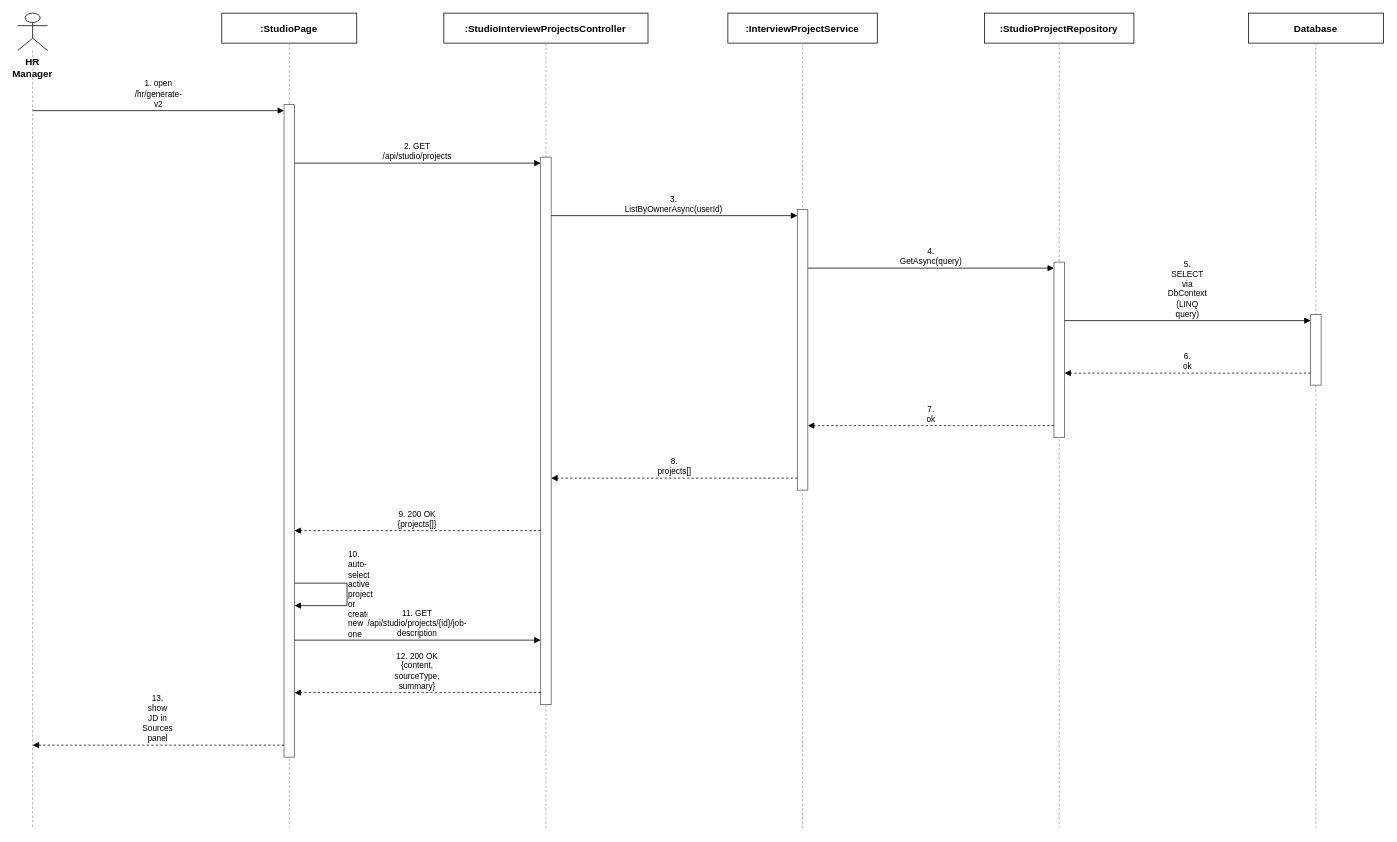
Earlier version of the draw.io diagram docs/qa/Nam_SequenceDiagram/Report4_SequenceDiagram_JobDescriptionManagement_ListViewJD.drawio (tulklk/AI_Interview_Question_Generation_RAG_LLM_FE). Source tidied: cells renumbered, new cells numbered last; positions are measured from the earlier drawing's top-left corner, leaving out a move shared by most shapes. Both pictures are drawn from the tidied source at 75%, with x=0, y=0 at pixel (17, 13).
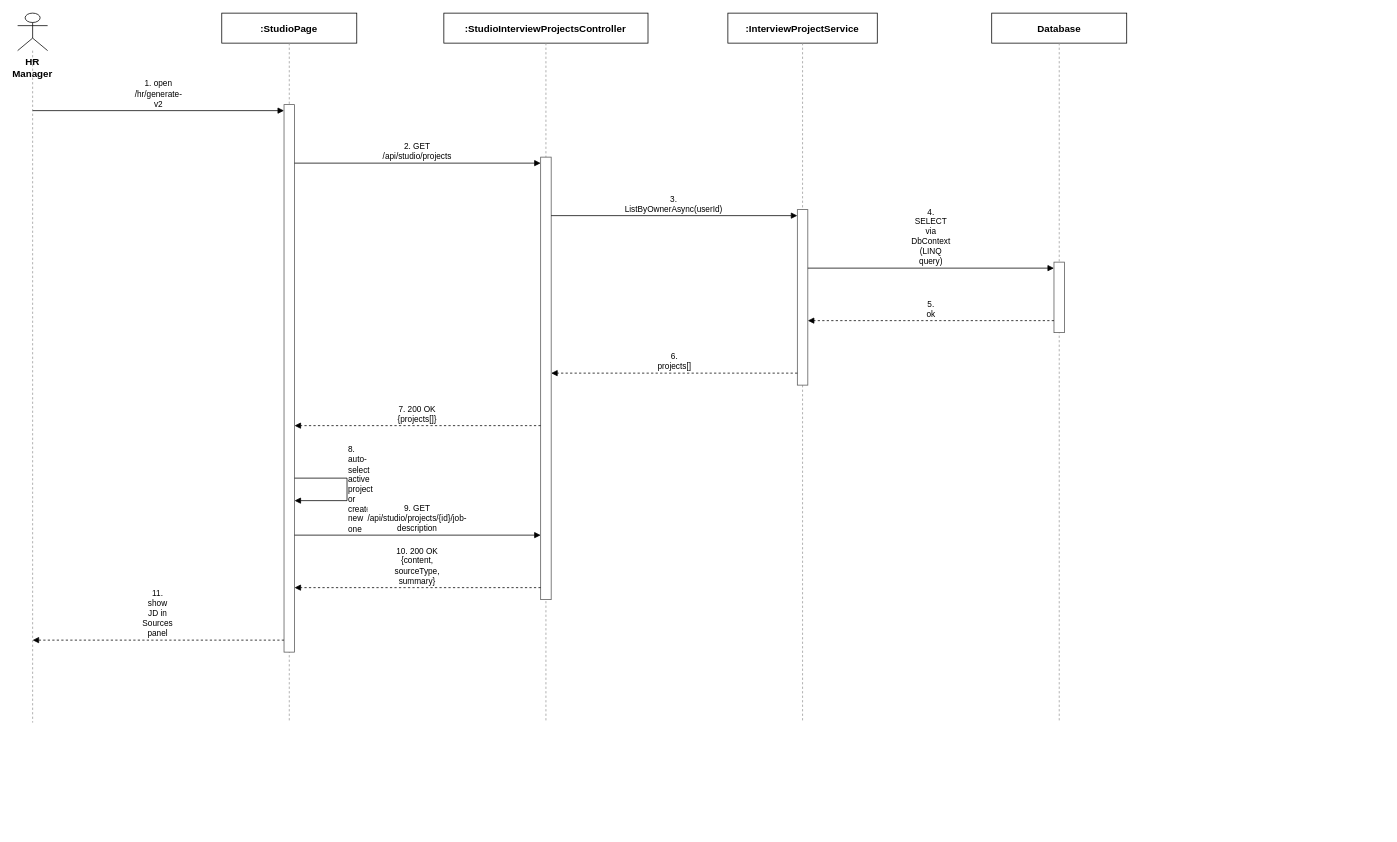
The same page after the edit.

The edit, as a diff of the source:
```diff
@@
     <mxCell id="3" style="endArrow=none;dashed=1;html=1;strokeColor=#999999;" parent="1" edge="1">
       <mxGeometry relative="1" as="geometry">
         <mxPoint x="20" y="50" as="sourcePoint" />
-        <mxPoint x="20" y="1086" as="targetPoint" />
+        <mxPoint x="20" y="946" as="targetPoint" />
       </mxGeometry>
     </mxCell>
@@
     <mxCell id="5" style="endArrow=none;dashed=1;html=1;strokeColor=#999999;" parent="1" edge="1">
       <mxGeometry relative="1" as="geometry">
         <mxPoint x="362.2" y="40" as="sourcePoint" />
-        <mxPoint x="362.2" y="1086" as="targetPoint" />
+        <mxPoint x="362.2" y="946" as="targetPoint" />
       </mxGeometry>
     </mxCell>
@@
     <mxCell id="7" style="endArrow=none;dashed=1;html=1;strokeColor=#999999;" parent="1" edge="1">
       <mxGeometry relative="1" as="geometry">
         <mxPoint x="704.4" y="40" as="sourcePoint" />
-        <mxPoint x="704.4" y="1086" as="targetPoint" />
+        <mxPoint x="704.4" y="946" as="targetPoint" />
       </mxGeometry>
     </mxCell>
@@
     <mxCell id="9" style="endArrow=none;dashed=1;html=1;strokeColor=#999999;" parent="1" edge="1">
       <mxGeometry relative="1" as="geometry">
         <mxPoint x="1046.6" y="40" as="sourcePoint" />
-        <mxPoint x="1046.6" y="1086" as="targetPoint" />
+        <mxPoint x="1046.6" y="946" as="targetPoint" />
       </mxGeometry>
     </mxCell>
-    <mxCell id="10" value=":StudioProjectRepository" style="rounded=0;whiteSpace=wrap;html=1;fontSize=13;fillColor=#ffffff;strokeColor=#000000;fontStyle=1;" parent="1" vertex="1">
-      <mxGeometry x="1289.2" width="199.2" height="40" as="geometry" />
+    <mxCell id="10" value="Database" style="rounded=0;whiteSpace=wrap;html=1;fontSize=13;fillColor=#ffffff;strokeColor=#000000;fontStyle=1;" parent="1" vertex="1">
+      <mxGeometry x="1298.8" width="180" height="40" as="geometry" />
     </mxCell>
     <mxCell id="11" style="endArrow=none;dashed=1;html=1;strokeColor=#999999;" parent="1" edge="1">
       <mxGeometry relative="1" as="geometry">
         <mxPoint x="1388.8" y="40" as="sourcePoint" />
-        <mxPoint x="1388.8" y="1086" as="targetPoint" />
+        <mxPoint x="1388.8" y="946" as="targetPoint" />
       </mxGeometry>
     </mxCell>
-    <mxCell id="12" value="Database" style="rounded=0;whiteSpace=wrap;html=1;fontSize=13;fillColor=#ffffff;strokeColor=#000000;fontStyle=1;" parent="1" vertex="1">
-      <mxGeometry x="1641" width="180" height="40" as="geometry" />
+    <mxCell id="12" style="rounded=0;whiteSpace=wrap;html=1;fillColor=#ffffff;strokeColor=#555555;" parent="1" vertex="1">
+      <mxGeometry x="355.2" y="122" width="14" height="730" as="geometry" />
     </mxCell>
-    <mxCell id="13" style="endArrow=none;dashed=1;html=1;strokeColor=#999999;" parent="1" edge="1">
-      <mxGeometry relative="1" as="geometry">
-        <mxPoint x="1731" y="40" as="sourcePoint" />
-        <mxPoint x="1731" y="1086" as="targetPoint" />
-      </mxGeometry>
+    <mxCell id="13" style="rounded=0;whiteSpace=wrap;html=1;fillColor=#ffffff;strokeColor=#555555;" parent="1" vertex="1">
+      <mxGeometry x="697.4" y="192" width="14" height="590" as="geometry" />
     </mxCell>
     <mxCell id="14" style="rounded=0;whiteSpace=wrap;html=1;fillColor=#ffffff;strokeColor=#555555;" parent="1" vertex="1">
-      <mxGeometry x="355.2" y="122" width="14" height="870" as="geometry" />
+      <mxGeometry x="1039.6" y="262" width="14" height="234" as="geometry" />
     </mxCell>
     <mxCell id="15" style="rounded=0;whiteSpace=wrap;html=1;fillColor=#ffffff;strokeColor=#555555;" parent="1" vertex="1">
-      <mxGeometry x="697.4" y="192" width="14" height="730" as="geometry" />
+      <mxGeometry x="1381.8" y="332" width="14" height="94" as="geometry" />
     </mxCell>
-    <mxCell id="16" style="rounded=0;whiteSpace=wrap;html=1;fillColor=#ffffff;strokeColor=#555555;" parent="1" vertex="1">
-      <mxGeometry x="1039.6" y="262" width="14" height="374" as="geometry" />
+    <mxCell id="16" value="1. open /hr/generate-v2" style="endArrow=block;endFill=1;html=1;whiteSpace=wrap;fontSize=11;align=center;verticalAlign=bottom;labelBackgroundColor=#ffffff;strokeColor=#000000;" parent="1" edge="1">
+      <mxGeometry relative="1" as="geometry">
+        <mxPoint x="20" y="130" as="sourcePoint" />
+        <mxPoint x="355.2" y="130" as="targetPoint" />
+      </mxGeometry>
     </mxCell>
-    <mxCell id="17" style="rounded=0;whiteSpace=wrap;html=1;fillColor=#ffffff;strokeColor=#555555;" parent="1" vertex="1">
-      <mxGeometry x="1381.8" y="332" width="14" height="234" as="geometry" />
+    <mxCell id="17" value="2. GET /api/studio/projects" style="endArrow=block;endFill=1;html=1;whiteSpace=wrap;fontSize=11;align=center;verticalAlign=bottom;labelBackgroundColor=#ffffff;strokeColor=#000000;" parent="1" edge="1">
+      <mxGeometry relative="1" as="geometry">
+        <mxPoint x="369.2" y="200" as="sourcePoint" />
+        <mxPoint x="697.4" y="200" as="targetPoint" />
+      </mxGeometry>
     </mxCell>
-    <mxCell id="18" style="rounded=0;whiteSpace=wrap;html=1;fillColor=#ffffff;strokeColor=#555555;" parent="1" vertex="1">
-      <mxGeometry x="1724" y="402" width="14" height="94" as="geometry" />
+    <mxCell id="18" value="3. ListByOwnerAsync(userId)" style="endArrow=block;endFill=1;html=1;whiteSpace=wrap;fontSize=11;align=center;verticalAlign=bottom;labelBackgroundColor=#ffffff;strokeColor=#000000;" parent="1" edge="1">
+      <mxGeometry relative="1" as="geometry">
+        <mxPoint x="711.4" y="270" as="sourcePoint" />
+        <mxPoint x="1039.6" y="270" as="targetPoint" />
+      </mxGeometry>
     </mxCell>
-    <mxCell id="19" value="1. open /hr/generate-v2" style="endArrow=block;endFill=1;html=1;whiteSpace=wrap;fontSize=11;align=center;verticalAlign=bottom;labelBackgroundColor=#ffffff;strokeColor=#000000;" parent="1" edge="1">
+    <mxCell id="19" value="4. SELECT via DbContext (LINQ query)" style="endArrow=block;endFill=1;html=1;whiteSpace=wrap;fontSize=11;align=center;verticalAlign=bottom;labelBackgroundColor=#ffffff;strokeColor=#000000;" parent="1" edge="1">
       <mxGeometry relative="1" as="geometry">
-        <mxPoint x="20" y="130" as="sourcePoint" />
-        <mxPoint x="355.2" y="130" as="targetPoint" />
+        <mxPoint x="1053.6" y="340" as="sourcePoint" />
+        <mxPoint x="1381.8" y="340" as="targetPoint" />
       </mxGeometry>
     </mxCell>
-    <mxCell id="20" value="2. GET /api/studio/projects" style="endArrow=block;endFill=1;html=1;whiteSpace=wrap;fontSize=11;align=center;verticalAlign=bottom;labelBackgroundColor=#ffffff;strokeColor=#000000;" parent="1" edge="1">
+    <mxCell id="20" value="5. ok" style="endArrow=block;endFill=1;html=1;whiteSpace=wrap;dashed=1;fontSize=11;align=center;verticalAlign=bottom;labelBackgroundColor=#ffffff;strokeColor=#000000;" parent="1" edge="1">
       <mxGeometry relative="1" as="geometry">
-        <mxPoint x="369.2" y="200" as="sourcePoint" />
-        <mxPoint x="697.4" y="200" as="targetPoint" />
+        <mxPoint x="1381.8" y="410" as="sourcePoint" />
+        <mxPoint x="1053.6" y="410" as="targetPoint" />
       </mxGeometry>
     </mxCell>
-    <mxCell id="21" value="3. ListByOwnerAsync(userId)" style="endArrow=block;endFill=1;html=1;whiteSpace=wrap;fontSize=11;align=center;verticalAlign=bottom;labelBackgroundColor=#ffffff;strokeColor=#000000;" parent="1" edge="1">
+    <mxCell id="21" value="6. projects[]" style="endArrow=block;endFill=1;html=1;whiteSpace=wrap;dashed=1;fontSize=11;align=center;verticalAlign=bottom;labelBackgroundColor=#ffffff;strokeColor=#000000;" parent="1" edge="1">
       <mxGeometry relative="1" as="geometry">
-        <mxPoint x="711.4" y="270" as="sourcePoint" />
-        <mxPoint x="1039.6" y="270" as="targetPoint" />
+        <mxPoint x="1039.6" y="480" as="sourcePoint" />
+        <mxPoint x="711.4" y="480" as="targetPoint" />
       </mxGeometry>
     </mxCell>
-    <mxCell id="22" value="4. GetAsync(query)" style="endArrow=block;endFill=1;html=1;whiteSpace=wrap;fontSize=11;align=center;verticalAlign=bottom;labelBackgroundColor=#ffffff;strokeColor=#000000;" parent="1" edge="1">
+    <mxCell id="22" value="7. 200 OK {projects[]}" style="endArrow=block;endFill=1;html=1;whiteSpace=wrap;dashed=1;fontSize=11;align=center;verticalAlign=bottom;labelBackgroundColor=#ffffff;strokeColor=#000000;" parent="1" edge="1">
       <mxGeometry relative="1" as="geometry">
-        <mxPoint x="1053.6" y="340" as="sourcePoint" />
-        <mxPoint x="1381.8" y="340" as="targetPoint" />
+        <mxPoint x="697.4" y="550" as="sourcePoint" />
+        <mxPoint x="369.2" y="550" as="targetPoint" />
       </mxGeometry>
     </mxCell>
-    <mxCell id="23" value="5. SELECT via DbContext (LINQ query)" style="endArrow=block;endFill=1;html=1;whiteSpace=wrap;fontSize=11;align=center;verticalAlign=bottom;labelBackgroundColor=#ffffff;strokeColor=#000000;" parent="1" edge="1">
+    <mxCell id="23" value="8. auto-select active project or create new one" style="endArrow=block;endFill=1;html=1;whiteSpace=wrap;fontSize=11;align=left;verticalAlign=middle;labelBackgroundColor=#ffffff;rounded=0;strokeColor=#000000;" parent="1" edge="1">
       <mxGeometry relative="1" as="geometry">
-        <mxPoint x="1395.8" y="410" as="sourcePoint" />
-        <mxPoint x="1724" y="410" as="targetPoint" />
+        <mxPoint x="369.2" y="620" as="sourcePoint" />
+        <mxPoint x="369.2" y="650" as="targetPoint" />
+        <Array as="points">
+          <mxPoint x="439.2" y="620" />
+          <mxPoint x="439.2" y="650" />
+        </Array>
       </mxGeometry>
     </mxCell>
-    <mxCell id="24" value="6. ok" style="endArrow=block;endFill=1;html=1;whiteSpace=wrap;dashed=1;fontSize=11;align=center;verticalAlign=bottom;labelBackgroundColor=#ffffff;strokeColor=#000000;" parent="1" edge="1">
+    <mxCell id="24" value="9. GET /api/studio/projects/{id}/job-description" style="endArrow=block;endFill=1;html=1;whiteSpace=wrap;fontSize=11;align=center;verticalAlign=bottom;labelBackgroundColor=#ffffff;strokeColor=#000000;" parent="1" edge="1">
       <mxGeometry relative="1" as="geometry">
-        <mxPoint x="1724" y="480" as="sourcePoint" />
-        <mxPoint x="1395.8" y="480" as="targetPoint" />
+        <mxPoint x="369.2" y="696" as="sourcePoint" />
+        <mxPoint x="697.4" y="696" as="targetPoint" />
       </mxGeometry>
     </mxCell>
-    <mxCell id="25" value="7. ok" style="endArrow=block;endFill=1;html=1;whiteSpace=wrap;dashed=1;fontSize=11;align=center;verticalAlign=bottom;labelBackgroundColor=#ffffff;strokeColor=#000000;" parent="1" edge="1">
+    <mxCell id="25" value="10. 200 OK {content, sourceType, summary}" style="endArrow=block;endFill=1;html=1;whiteSpace=wrap;dashed=1;fontSize=11;align=center;verticalAlign=bottom;labelBackgroundColor=#ffffff;strokeColor=#000000;" parent="1" edge="1">
       <mxGeometry relative="1" as="geometry">
-        <mxPoint x="1381.8" y="550" as="sourcePoint" />
-        <mxPoint x="1053.6" y="550" as="targetPoint" />
+        <mxPoint x="697.4" y="766" as="sourcePoint" />
+        <mxPoint x="369.2" y="766" as="targetPoint" />
       </mxGeometry>
     </mxCell>
-    <mxCell id="26" value="8. projects[]" style="endArrow=block;endFill=1;html=1;whiteSpace=wrap;dashed=1;fontSize=11;align=center;verticalAlign=bottom;labelBackgroundColor=#ffffff;strokeColor=#000000;" parent="1" edge="1">
+    <mxCell id="26" value="11. show JD in Sources panel" style="endArrow=block;endFill=1;html=1;whiteSpace=wrap;dashed=1;fontSize=11;align=center;verticalAlign=bottom;labelBackgroundColor=#ffffff;strokeColor=#000000;" parent="1" edge="1">
       <mxGeometry relative="1" as="geometry">
-        <mxPoint x="1039.6" y="620" as="sourcePoint" />
-        <mxPoint x="711.4" y="620" as="targetPoint" />
+        <mxPoint x="355.2" y="836" as="sourcePoint" />
+        <mxPoint x="20" y="836" as="targetPoint" />
       </mxGeometry>
     </mxCell>
-    <mxCell id="27" value="9. 200 OK {projects[]}" style="endArrow=block;endFill=1;html=1;whiteSpace=wrap;dashed=1;fontSize=11;align=center;verticalAlign=bottom;labelBackgroundColor=#ffffff;strokeColor=#000000;" parent="1" edge="1">
-      <mxGeometry relative="1" as="geometry">
-        <mxPoint x="697.4" y="690" as="sourcePoint" />
-        <mxPoint x="369.2" y="690" as="targetPoint" />
-      </mxGeometry>
-    </mxCell>
-    <mxCell id="28" value="10. auto-select active project or create new one" style="endArrow=block;endFill=1;html=1;whiteSpace=wrap;fontSize=11;align=left;verticalAlign=middle;labelBackgroundColor=#ffffff;rounded=0;strokeColor=#000000;" parent="1" edge="1">
-      <mxGeometry relative="1" as="geometry">
-        <mxPoint x="369.2" y="760" as="sourcePoint" />
-        <mxPoint x="369.2" y="790" as="targetPoint" />
-        <Array as="points">
-          <mxPoint x="439.2" y="760" />
-          <mxPoint x="439.2" y="790" />
-        </Array>
-      </mxGeometry>
-    </mxCell>
-    <mxCell id="29" value="11. GET /api/studio/projects/{id}/job-description" style="endArrow=block;endFill=1;html=1;whiteSpace=wrap;fontSize=11;align=center;verticalAlign=bottom;labelBackgroundColor=#ffffff;strokeColor=#000000;" parent="1" edge="1">
-      <mxGeometry relative="1" as="geometry">
-        <mxPoint x="369.2" y="836" as="sourcePoint" />
-        <mxPoint x="697.4" y="836" as="targetPoint" />
-      </mxGeometry>
-    </mxCell>
-    <mxCell id="30" value="12. 200 OK {content, sourceType, summary}" style="endArrow=block;endFill=1;html=1;whiteSpace=wrap;dashed=1;fontSize=11;align=center;verticalAlign=bottom;labelBackgroundColor=#ffffff;strokeColor=#000000;" parent="1" edge="1">
-      <mxGeometry relative="1" as="geometry">
-        <mxPoint x="697.4" y="906" as="sourcePoint" />
-        <mxPoint x="369.2" y="906" as="targetPoint" />
-      </mxGeometry>
-    </mxCell>
-    <mxCell id="31" value="13. show JD in Sources panel" style="endArrow=block;endFill=1;html=1;whiteSpace=wrap;dashed=1;fontSize=11;align=center;verticalAlign=bottom;labelBackgroundColor=#ffffff;strokeColor=#000000;" parent="1" edge="1">
-      <mxGeometry relative="1" as="geometry">
-        <mxPoint x="355.2" y="976" as="sourcePoint" />
-        <mxPoint x="20" y="976" as="targetPoint" />
-      </mxGeometry>
-    </mxCell>
```
